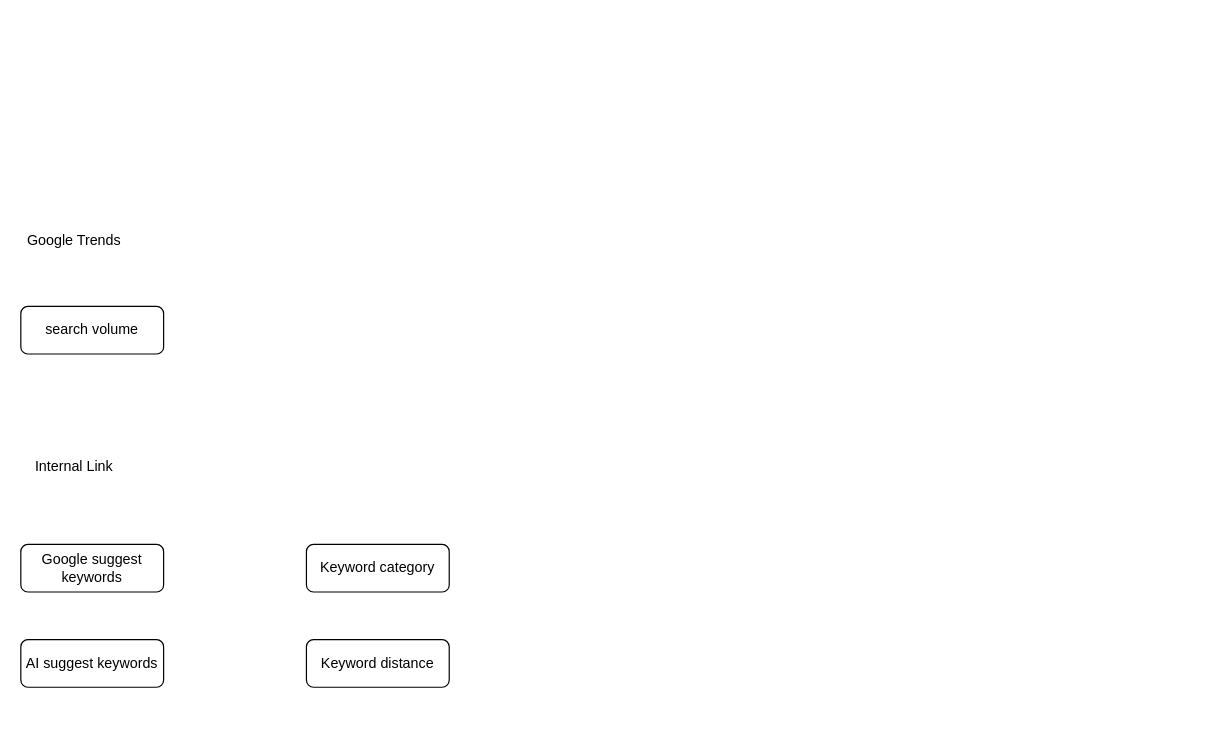
The draw.io diagram drawio/keyword_optimize.drawio in VisableHarry/seo-drawio, before the edit. Source tidied: cells renumbered, new cells numbered last; positions are measured from the earlier drawing's top-left corner, leaving out a move shared by most shapes. Both pictures are drawn from the tidied source at 119%, with x=0, y=0 at pixel (20, 223).
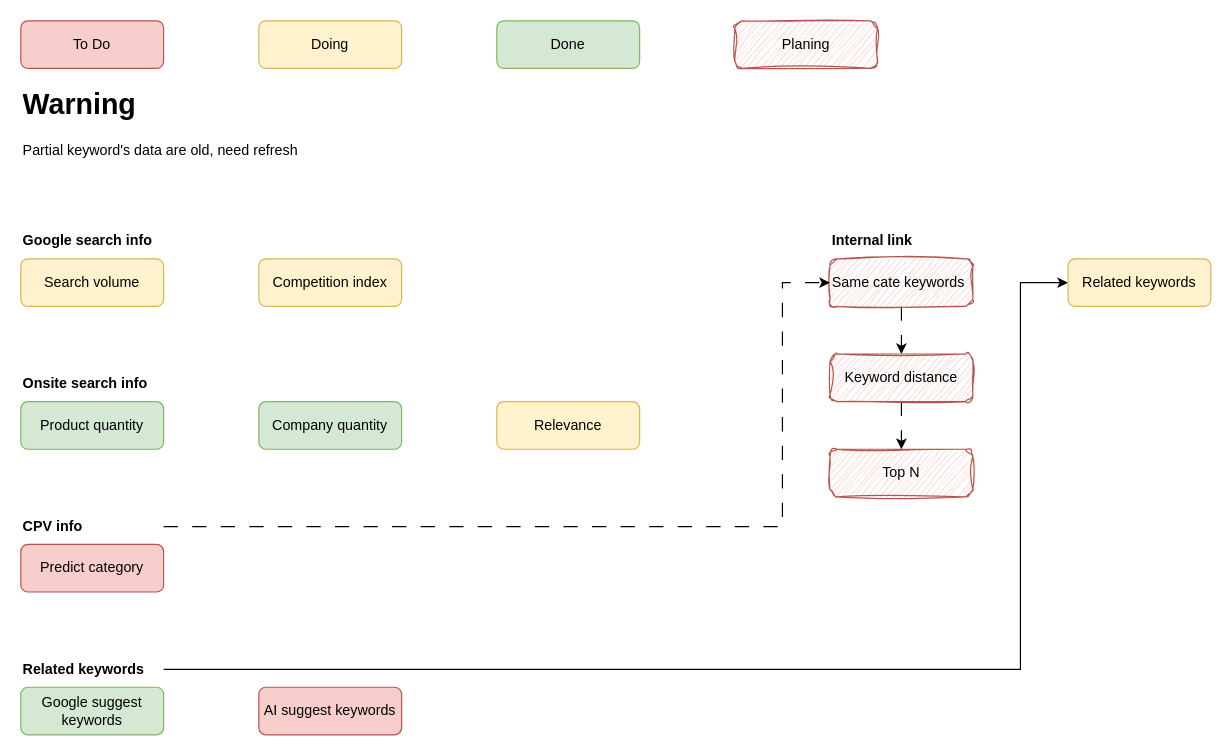
The same page after the edit.

Diff of the diagram source:
```diff
@@
-    <mxCell id="2" value="search volume" style="rounded=1;whiteSpace=wrap;html=1;" parent="1" vertex="1">
-      <mxGeometry y="70" width="120" height="40" as="geometry" />
+    <mxCell id="2" value="Search volume" style="rounded=1;whiteSpace=wrap;html=1;fillColor=#fff2cc;strokeColor=#d6b656;" parent="1" vertex="1">
+      <mxGeometry y="30" width="120" height="40" as="geometry" />
     </mxCell>
-    <mxCell id="3" value="Google Trends" style="text;html=1;align=center;verticalAlign=middle;whiteSpace=wrap;rounded=0;" parent="1" vertex="1">
-      <mxGeometry width="90" height="30" as="geometry" />
+    <mxCell id="3" value="Google search info" style="text;html=1;align=left;verticalAlign=middle;whiteSpace=wrap;rounded=0;fontStyle=1;" parent="1" vertex="1">
+      <mxGeometry width="120" height="30" as="geometry" />
     </mxCell>
-    <mxCell id="4" value="Google suggest keywords" style="rounded=1;whiteSpace=wrap;html=1;" parent="1" vertex="1">
-      <mxGeometry y="270" width="120" height="40" as="geometry" />
+    <mxCell id="4" value="Google suggest keywords" style="rounded=1;whiteSpace=wrap;html=1;fillColor=#d5e8d4;strokeColor=#82b366;" parent="1" vertex="1">
+      <mxGeometry y="390" width="120" height="40" as="geometry" />
     </mxCell>
+    <mxCell id="9" style="edgeStyle=orthogonalEdgeStyle;rounded=0;jettySize=auto;html=1;exitX=1;exitY=0.5;exitDx=0;exitDy=0;entryX=0;entryY=0.5;entryDx=0;entryDy=0;" parent="1" edge="1" source="5" target="21">
+      <mxGeometry relative="1" as="geometry">
+        <Array as="points">
+          <mxPoint x="840" y="375" />
+          <mxPoint x="840" y="50" />
+        </Array>
+      </mxGeometry>
+    </mxCell>
-    <mxCell id="5" value="Internal Link" style="text;html=1;align=center;verticalAlign=middle;whiteSpace=wrap;rounded=0;" parent="1" vertex="1">
-      <mxGeometry y="190" width="90" height="30" as="geometry" />
+    <mxCell id="5" value="Related keywords" style="text;html=1;align=left;verticalAlign=middle;whiteSpace=wrap;rounded=0;fontStyle=1;" parent="1" vertex="1">
+      <mxGeometry y="360" width="120" height="30" as="geometry" />
     </mxCell>
-    <mxCell id="6" value="AI suggest keywords" style="rounded=1;whiteSpace=wrap;html=1;" parent="1" vertex="1">
-      <mxGeometry y="350" width="120" height="40" as="geometry" />
+    <mxCell id="6" value="AI suggest keywords" style="rounded=1;whiteSpace=wrap;html=1;fillColor=#f8cecc;strokeColor=#b85450;" parent="1" vertex="1">
+      <mxGeometry x="200" y="390" width="120" height="40" as="geometry" />
     </mxCell>
+    <mxCell id="10" style="edgeStyle=orthogonalEdgeStyle;rounded=0;jettySize=auto;html=1;exitX=0.5;exitY=1;exitDx=0;exitDy=0;entryX=0.5;entryY=0;entryDx=0;entryDy=0;dashed=1;dashPattern=12 12;" parent="1" edge="1" source="7" target="8">
+      <mxGeometry relative="1" as="geometry" />
+    </mxCell>
-    <mxCell id="7" value="Keyword category" style="rounded=1;whiteSpace=wrap;html=1;" parent="1" vertex="1">
-      <mxGeometry x="240" y="270" width="120" height="40" as="geometry" />
+    <mxCell id="7" value="Same cate keywords" style="rounded=1;whiteSpace=wrap;html=1;align=left;fillColor=#f8cecc;strokeColor=#b85450;sketch=1;curveFitting=1;jiggle=2;" parent="1" vertex="1">
+      <mxGeometry x="680" y="30" width="120" height="40" as="geometry" />
     </mxCell>
+    <mxCell id="11" style="edgeStyle=orthogonalEdgeStyle;rounded=0;jettySize=auto;html=1;exitX=0.5;exitY=1;exitDx=0;exitDy=0;entryX=0.5;entryY=0;entryDx=0;entryDy=0;dashed=1;dashPattern=12 12;" parent="1" edge="1" source="8" target="22">
+      <mxGeometry relative="1" as="geometry" />
+    </mxCell>
-    <mxCell id="8" value="Keyword distance" style="rounded=1;whiteSpace=wrap;html=1;" parent="1" vertex="1">
-      <mxGeometry x="240" y="350" width="120" height="40" as="geometry" />
+    <mxCell id="8" value="Keyword distance" style="rounded=1;whiteSpace=wrap;html=1;sketch=1;curveFitting=1;jiggle=2;fillColor=#f8cecc;strokeColor=#b85450;" parent="1" vertex="1">
+      <mxGeometry x="680" y="110" width="120" height="40" as="geometry" />
     </mxCell>
+    <mxCell id="12" value="Competition index" style="rounded=1;whiteSpace=wrap;html=1;fillColor=#fff2cc;strokeColor=#d6b656;" parent="1" vertex="1">
+      <mxGeometry x="200" y="30" width="120" height="40" as="geometry" />
+    </mxCell>
+    <mxCell id="13" value="Onsite search info" style="text;html=1;align=left;verticalAlign=middle;whiteSpace=wrap;rounded=0;fontStyle=1;" parent="1" vertex="1">
+      <mxGeometry y="120" width="110" height="30" as="geometry" />
+    </mxCell>
+    <mxCell id="14" value="Product quantity" style="rounded=1;whiteSpace=wrap;html=1;fillColor=#d5e8d4;strokeColor=#82b366;" parent="1" vertex="1">
+      <mxGeometry y="150" width="120" height="40" as="geometry" />
+    </mxCell>
+    <mxCell id="15" value="Company quantity" style="rounded=1;whiteSpace=wrap;html=1;fillColor=#d5e8d4;strokeColor=#82b366;" parent="1" vertex="1">
+      <mxGeometry x="200" y="150" width="120" height="40" as="geometry" />
+    </mxCell>
+    <mxCell id="16" value="Relevance" style="rounded=1;whiteSpace=wrap;html=1;fillColor=#fff2cc;strokeColor=#d6b656;" parent="1" vertex="1">
+      <mxGeometry x="400" y="150" width="120" height="40" as="geometry" />
+    </mxCell>
+    <mxCell id="17" style="edgeStyle=orthogonalEdgeStyle;rounded=0;jettySize=auto;html=1;entryX=0;entryY=0.5;entryDx=0;entryDy=0;align=left;dashed=1;dashPattern=12 12;" parent="1" edge="1" source="18" target="7">
+      <mxGeometry relative="1" as="geometry">
+        <Array as="points">
+          <mxPoint x="640" y="255" />
+          <mxPoint x="640" y="50" />
+        </Array>
+      </mxGeometry>
+    </mxCell>
+    <mxCell id="18" value="CPV info" style="text;html=1;align=left;verticalAlign=middle;whiteSpace=wrap;rounded=0;fillColor=none;fillStyle=auto;gradientColor=none;fontStyle=1;" parent="1" vertex="1">
+      <mxGeometry y="240" width="120" height="30" as="geometry" />
+    </mxCell>
+    <mxCell id="19" value="Predict category" style="rounded=1;whiteSpace=wrap;html=1;fillColor=#f8cecc;strokeColor=#b85450;" parent="1" vertex="1">
+      <mxGeometry y="270" width="120" height="40" as="geometry" />
+    </mxCell>
+    <mxCell id="20" value="Internal link" style="text;html=1;align=left;verticalAlign=middle;whiteSpace=wrap;rounded=0;fontStyle=1;" parent="1" vertex="1">
+      <mxGeometry x="680" width="110" height="30" as="geometry" />
+    </mxCell>
+    <mxCell id="21" value="Related keywords" style="rounded=1;whiteSpace=wrap;html=1;fillColor=#fff2cc;strokeColor=#d6b656;" parent="1" vertex="1">
+      <mxGeometry x="880" y="30" width="120" height="40" as="geometry" />
+    </mxCell>
+    <mxCell id="22" value="Top N" style="rounded=1;whiteSpace=wrap;html=1;sketch=1;curveFitting=1;jiggle=2;fillColor=#f8cecc;strokeColor=#b85450;" parent="1" vertex="1">
+      <mxGeometry x="680" y="190" width="120" height="40" as="geometry" />
+    </mxCell>
+    <mxCell id="23" value="Doing" style="rounded=1;whiteSpace=wrap;html=1;fillColor=#fff2cc;strokeColor=#d6b656;" parent="1" vertex="1">
+      <mxGeometry x="200" y="-170" width="120" height="40" as="geometry" />
+    </mxCell>
+    <mxCell id="24" value="To Do" style="rounded=1;whiteSpace=wrap;html=1;fillColor=#f8cecc;strokeColor=#b85450;" parent="1" vertex="1">
+      <mxGeometry y="-170" width="120" height="40" as="geometry" />
+    </mxCell>
+    <mxCell id="25" value="Done" style="rounded=1;whiteSpace=wrap;html=1;fillColor=#d5e8d4;strokeColor=#82b366;" parent="1" vertex="1">
+      <mxGeometry x="400" y="-170" width="120" height="40" as="geometry" />
+    </mxCell>
+    <mxCell id="26" value="Planing" style="rounded=1;whiteSpace=wrap;html=1;align=center;fillColor=#f8cecc;strokeColor=#b85450;sketch=1;curveFitting=1;jiggle=2;" parent="1" vertex="1">
+      <mxGeometry x="600" y="-170" width="120" height="40" as="geometry" />
+    </mxCell>
+    <mxCell id="27" value="&lt;h1 style=&quot;margin-top: 0px;&quot;&gt;Warning&lt;/h1&gt;&lt;div&gt;Partial keyword's data are old, need refresh&lt;/div&gt;" style="text;html=1;whiteSpace=wrap;overflow=hidden;rounded=0;" parent="1" vertex="1">
+      <mxGeometry y="-120" width="370" height="70" as="geometry" />
+    </mxCell>
```
